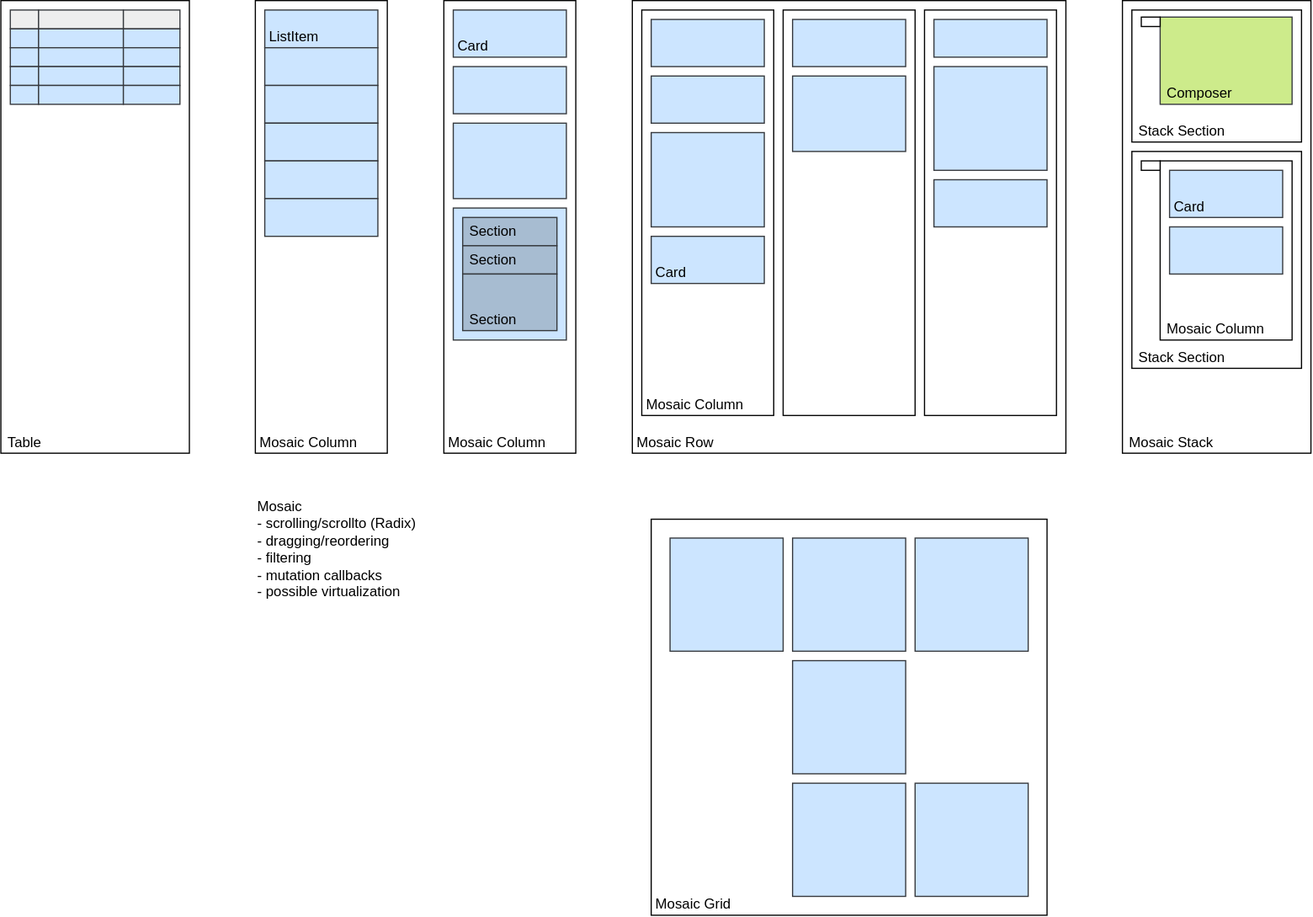
This is packages/experimental/mosaic/docs/ux/cards.drawio.svg from dxos/dxos, a draw.io export, as it was before one commit. Source tidied: cells renumbered, new cells last; positions are measured from the earlier drawing's top-left corner, leaving out a move shared by most shapes.
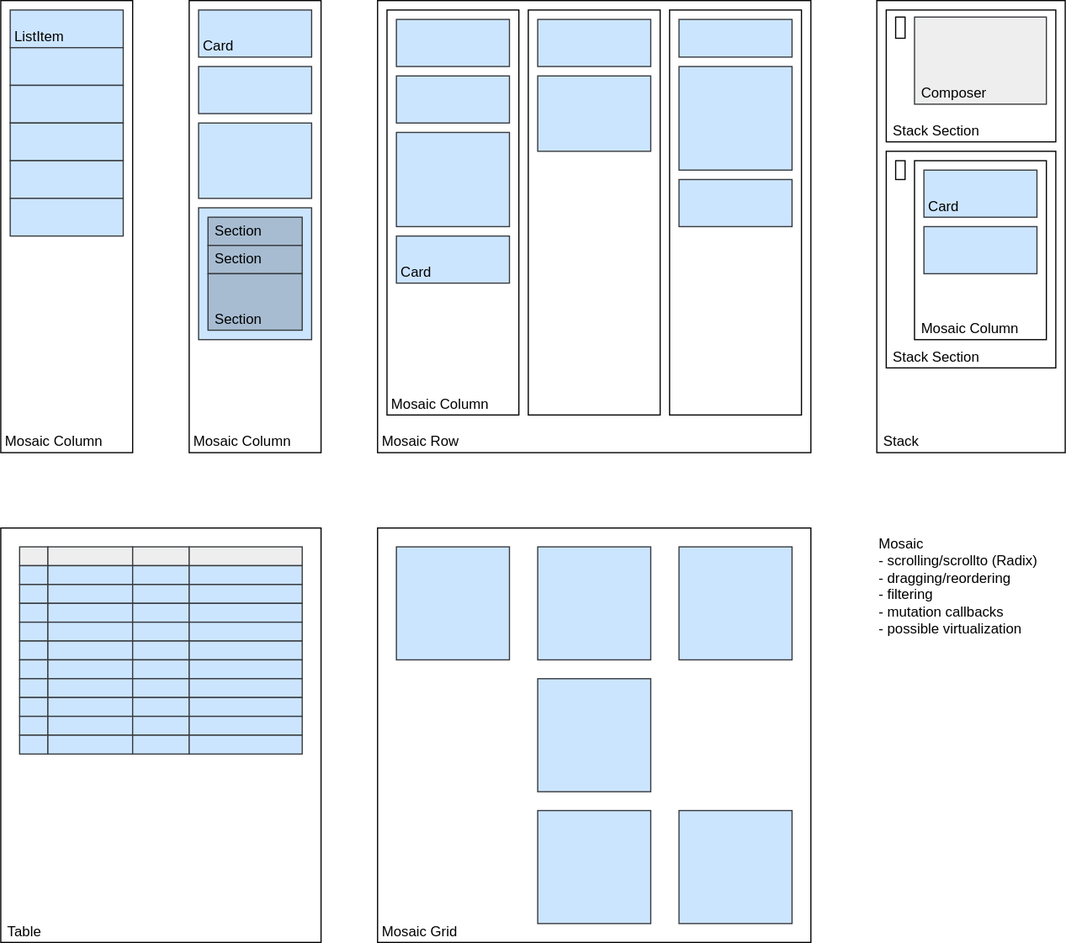
The same diagram one commit later.

Change to the diagram source:
```diff
@@ -68,32 +68,32 @@
     <mxCell id="23" value="Section" style="rounded=0;whiteSpace=wrap;html=1;spacing=2;spacingLeft=4;spacingRight=2;align=left;verticalAlign=bottom;fillColor=#A7BCD1;strokeColor=#36393d;" parent="1" vertex="1">
       <mxGeometry x="392" y="232" width="80" height="48" as="geometry" />
     </mxCell>
-    <mxCell id="24" value="Mosaic Stack" style="rounded=0;whiteSpace=wrap;html=1;align=left;verticalAlign=bottom;spacing=2;spacingLeft=4;spacingRight=2;" parent="1" vertex="1">
-      <mxGeometry x="952" width="160" height="384" as="geometry" />
+    <mxCell id="24" value="Stack" style="rounded=0;whiteSpace=wrap;html=1;align=left;verticalAlign=bottom;spacing=2;spacingLeft=4;spacingRight=2;" parent="1" vertex="1">
+      <mxGeometry x="960" width="160" height="384" as="geometry" />
     </mxCell>
     <mxCell id="25" value="Stack Section" style="rounded=0;whiteSpace=wrap;html=1;spacing=2;spacingLeft=4;spacingRight=2;align=left;verticalAlign=bottom;" parent="1" vertex="1">
-      <mxGeometry x="960" y="8" width="144" height="112" as="geometry" />
+      <mxGeometry x="968" y="8" width="144" height="112" as="geometry" />
     </mxCell>
     <mxCell id="26" value="Stack Section" style="rounded=0;whiteSpace=wrap;html=1;spacing=2;spacingLeft=4;spacingRight=2;align=left;verticalAlign=bottom;" parent="1" vertex="1">
-      <mxGeometry x="960" y="128" width="144" height="184" as="geometry" />
+      <mxGeometry x="968" y="128" width="144" height="184" as="geometry" />
     </mxCell>
     <mxCell id="27" value="Mosaic Column" style="rounded=0;whiteSpace=wrap;html=1;spacing=2;spacingLeft=4;spacingRight=2;align=left;verticalAlign=bottom;" parent="1" vertex="1">
-      <mxGeometry x="984" y="136" width="112" height="152" as="geometry" />
+      <mxGeometry x="992" y="136" width="112" height="152" as="geometry" />
     </mxCell>
     <mxCell id="28" style="rounded=0;whiteSpace=wrap;html=1;" parent="1" vertex="1">
-      <mxGeometry x="968" y="136" width="16" height="8" as="geometry" />
+      <mxGeometry x="976" y="136" width="8" height="16" as="geometry" />
     </mxCell>
-    <mxCell id="29" value="Composer" style="rounded=0;whiteSpace=wrap;html=1;spacing=2;spacingLeft=4;spacingRight=2;align=left;verticalAlign=bottom;fillColor=#cdeb8b;strokeColor=#36393d;" parent="1" vertex="1">
-      <mxGeometry x="984" y="14" width="112" height="74" as="geometry" />
+    <mxCell id="29" value="Composer" style="rounded=0;whiteSpace=wrap;html=1;spacing=2;spacingLeft=4;spacingRight=2;align=left;verticalAlign=bottom;fillColor=#eeeeee;strokeColor=#36393d;" parent="1" vertex="1">
+      <mxGeometry x="992" y="14" width="112" height="74" as="geometry" />
     </mxCell>
     <mxCell id="30" style="rounded=0;whiteSpace=wrap;html=1;" parent="1" vertex="1">
-      <mxGeometry x="968" y="14" width="16" height="8" as="geometry" />
+      <mxGeometry x="976" y="14" width="8" height="18" as="geometry" />
     </mxCell>
     <mxCell id="31" style="rounded=0;whiteSpace=wrap;html=1;align=left;verticalAlign=bottom;spacing=2;spacingLeft=2;spacingRight=2;fillColor=#cce5ff;strokeColor=#36393d;" parent="1" vertex="1">
-      <mxGeometry x="992" y="192" width="96" height="40" as="geometry" />
+      <mxGeometry x="1000" y="192" width="96" height="40" as="geometry" />
     </mxCell>
     <mxCell id="32" value="Card" style="rounded=0;whiteSpace=wrap;html=1;align=left;verticalAlign=bottom;spacing=2;spacingLeft=2;spacingRight=2;fillColor=#cce5ff;strokeColor=#36393d;" parent="1" vertex="1">
-      <mxGeometry x="992" y="144" width="96" height="40" as="geometry" />
+      <mxGeometry x="1000" y="144" width="96" height="40" as="geometry" />
     </mxCell>
     <mxCell id="33" value="ListItem" style="rounded=0;whiteSpace=wrap;html=1;align=left;verticalAlign=bottom;spacing=2;spacingLeft=2;spacingRight=2;fillColor=#cce5ff;strokeColor=#36393d;" parent="1" vertex="1">
       <mxGeometry x="224" y="8" width="96" height="32" as="geometry" />
@@ -114,76 +114,163 @@
       <mxGeometry x="224" y="168" width="96" height="32" as="geometry" />
     </mxCell>
     <mxCell id="39" value="Mosaic&lt;br&gt;- scrolling/scrollto (Radix)&lt;br&gt;- dragging/reordering&lt;br&gt;- filtering&lt;br&gt;- mutation callbacks&lt;br&gt;- possible virtualization" style="rounded=0;whiteSpace=wrap;html=1;fillColor=none;strokeColor=none;align=left;verticalAlign=top;" parent="1" vertex="1">
-      <mxGeometry x="216" y="416" width="328" height="128" as="geometry" />
+      <mxGeometry x="960" y="448" width="160" height="352" as="geometry" />
     </mxCell>
     <mxCell id="40" value="Table" style="rounded=0;whiteSpace=wrap;html=1;align=left;verticalAlign=bottom;spacing=2;spacingLeft=4;spacingRight=2;" parent="1" vertex="1">
-      <mxGeometry width="160" height="384" as="geometry" />
+      <mxGeometry x="216" y="448" width="272" height="352" as="geometry" />
     </mxCell>
     <mxCell id="41" style="rounded=0;whiteSpace=wrap;html=1;align=left;verticalAlign=bottom;spacing=2;spacingLeft=2;spacingRight=2;fillColor=#eeeeee;strokeColor=#36393d;" parent="1" vertex="1">
-      <mxGeometry x="8" y="8" width="24" height="16" as="geometry" />
+      <mxGeometry x="232" y="464" width="24" height="16" as="geometry" />
     </mxCell>
     <mxCell id="42" style="rounded=0;whiteSpace=wrap;html=1;align=left;verticalAlign=bottom;spacing=2;spacingLeft=2;spacingRight=2;fillColor=#eeeeee;strokeColor=#36393d;" parent="1" vertex="1">
-      <mxGeometry x="32" y="8" width="72" height="16" as="geometry" />
+      <mxGeometry x="256" y="464" width="72" height="16" as="geometry" />
     </mxCell>
     <mxCell id="43" style="rounded=0;whiteSpace=wrap;html=1;align=left;verticalAlign=bottom;spacing=2;spacingLeft=2;spacingRight=2;fillColor=#eeeeee;strokeColor=#36393d;" parent="1" vertex="1">
-      <mxGeometry x="104" y="8" width="48" height="16" as="geometry" />
+      <mxGeometry x="328" y="464" width="48" height="16" as="geometry" />
     </mxCell>
     <mxCell id="44" style="rounded=0;whiteSpace=wrap;html=1;align=left;verticalAlign=bottom;spacing=2;spacingLeft=2;spacingRight=2;fillColor=#cce5ff;strokeColor=#36393d;" parent="1" vertex="1">
-      <mxGeometry x="8" y="24" width="24" height="16" as="geometry" />
+      <mxGeometry x="232" y="480" width="24" height="16" as="geometry" />
     </mxCell>
     <mxCell id="45" style="rounded=0;whiteSpace=wrap;html=1;align=left;verticalAlign=bottom;spacing=2;spacingLeft=2;spacingRight=2;fillColor=#cce5ff;strokeColor=#36393d;" parent="1" vertex="1">
-      <mxGeometry x="32" y="24" width="72" height="16" as="geometry" />
+      <mxGeometry x="256" y="480" width="72" height="16" as="geometry" />
     </mxCell>
     <mxCell id="46" style="rounded=0;whiteSpace=wrap;html=1;align=left;verticalAlign=bottom;spacing=2;spacingLeft=2;spacingRight=2;fillColor=#cce5ff;strokeColor=#36393d;" parent="1" vertex="1">
-      <mxGeometry x="104" y="24" width="48" height="16" as="geometry" />
+      <mxGeometry x="328" y="480" width="48" height="16" as="geometry" />
     </mxCell>
     <mxCell id="47" style="rounded=0;whiteSpace=wrap;html=1;align=left;verticalAlign=bottom;spacing=2;spacingLeft=2;spacingRight=2;fillColor=#cce5ff;strokeColor=#36393d;" parent="1" vertex="1">
-      <mxGeometry x="8" y="40" width="24" height="16" as="geometry" />
+      <mxGeometry x="232" y="496" width="24" height="16" as="geometry" />
     </mxCell>
     <mxCell id="48" style="rounded=0;whiteSpace=wrap;html=1;align=left;verticalAlign=bottom;spacing=2;spacingLeft=2;spacingRight=2;fillColor=#cce5ff;strokeColor=#36393d;" parent="1" vertex="1">
-      <mxGeometry x="32" y="40" width="72" height="16" as="geometry" />
+      <mxGeometry x="256" y="496" width="72" height="16" as="geometry" />
     </mxCell>
     <mxCell id="49" style="rounded=0;whiteSpace=wrap;html=1;align=left;verticalAlign=bottom;spacing=2;spacingLeft=2;spacingRight=2;fillColor=#cce5ff;strokeColor=#36393d;" parent="1" vertex="1">
-      <mxGeometry x="104" y="40" width="48" height="16" as="geometry" />
+      <mxGeometry x="328" y="496" width="48" height="16" as="geometry" />
     </mxCell>
     <mxCell id="50" style="rounded=0;whiteSpace=wrap;html=1;align=left;verticalAlign=bottom;spacing=2;spacingLeft=2;spacingRight=2;fillColor=#cce5ff;strokeColor=#36393d;" parent="1" vertex="1">
-      <mxGeometry x="8" y="56" width="24" height="16" as="geometry" />
+      <mxGeometry x="232" y="512" width="24" height="16" as="geometry" />
     </mxCell>
     <mxCell id="51" style="rounded=0;whiteSpace=wrap;html=1;align=left;verticalAlign=bottom;spacing=2;spacingLeft=2;spacingRight=2;fillColor=#cce5ff;strokeColor=#36393d;" parent="1" vertex="1">
-      <mxGeometry x="32" y="56" width="72" height="16" as="geometry" />
+      <mxGeometry x="256" y="512" width="72" height="16" as="geometry" />
     </mxCell>
     <mxCell id="52" style="rounded=0;whiteSpace=wrap;html=1;align=left;verticalAlign=bottom;spacing=2;spacingLeft=2;spacingRight=2;fillColor=#cce5ff;strokeColor=#36393d;" parent="1" vertex="1">
-      <mxGeometry x="104" y="56" width="48" height="16" as="geometry" />
+      <mxGeometry x="328" y="512" width="48" height="16" as="geometry" />
     </mxCell>
     <mxCell id="53" style="rounded=0;whiteSpace=wrap;html=1;align=left;verticalAlign=bottom;spacing=2;spacingLeft=2;spacingRight=2;fillColor=#cce5ff;strokeColor=#36393d;" parent="1" vertex="1">
-      <mxGeometry x="8" y="72" width="24" height="16" as="geometry" />
+      <mxGeometry x="232" y="528" width="24" height="16" as="geometry" />
     </mxCell>
     <mxCell id="54" style="rounded=0;whiteSpace=wrap;html=1;align=left;verticalAlign=bottom;spacing=2;spacingLeft=2;spacingRight=2;fillColor=#cce5ff;strokeColor=#36393d;" parent="1" vertex="1">
-      <mxGeometry x="32" y="72" width="72" height="16" as="geometry" />
+      <mxGeometry x="256" y="528" width="72" height="16" as="geometry" />
     </mxCell>
     <mxCell id="55" style="rounded=0;whiteSpace=wrap;html=1;align=left;verticalAlign=bottom;spacing=2;spacingLeft=2;spacingRight=2;fillColor=#cce5ff;strokeColor=#36393d;" parent="1" vertex="1">
-      <mxGeometry x="104" y="72" width="48" height="16" as="geometry" />
+      <mxGeometry x="328" y="528" width="48" height="16" as="geometry" />
     </mxCell>
     <mxCell id="56" value="Mosaic Grid" style="rounded=0;whiteSpace=wrap;html=1;align=left;verticalAlign=bottom;spacing=2;spacingLeft=2;spacingRight=2;" parent="1" vertex="1">
-      <mxGeometry x="552" y="440" width="336" height="336" as="geometry" />
+      <mxGeometry x="536" y="448" width="368" height="352" as="geometry" />
     </mxCell>
     <mxCell id="57" style="rounded=0;whiteSpace=wrap;html=1;spacing=2;spacingLeft=2;spacingRight=2;fillColor=#cce5ff;strokeColor=#36393d;" parent="1" vertex="1">
-      <mxGeometry x="568" y="456" width="96" height="96" as="geometry" />
+      <mxGeometry x="552" y="464" width="96" height="96" as="geometry" />
     </mxCell>
     <mxCell id="58" style="rounded=0;whiteSpace=wrap;html=1;spacing=2;spacingLeft=2;spacingRight=2;fillColor=#cce5ff;strokeColor=#36393d;" parent="1" vertex="1">
-      <mxGeometry x="672" y="456" width="96" height="96" as="geometry" />
+      <mxGeometry x="672" y="464" width="96" height="96" as="geometry" />
     </mxCell>
     <mxCell id="59" style="rounded=0;whiteSpace=wrap;html=1;spacing=2;spacingLeft=2;spacingRight=2;fillColor=#cce5ff;strokeColor=#36393d;" parent="1" vertex="1">
-      <mxGeometry x="776" y="456" width="96" height="96" as="geometry" />
+      <mxGeometry x="792" y="464" width="96" height="96" as="geometry" />
     </mxCell>
     <mxCell id="60" style="rounded=0;whiteSpace=wrap;html=1;spacing=2;spacingLeft=2;spacingRight=2;fillColor=#cce5ff;strokeColor=#36393d;" parent="1" vertex="1">
-      <mxGeometry x="672" y="560" width="96" height="96" as="geometry" />
+      <mxGeometry x="672" y="576" width="96" height="96" as="geometry" />
     </mxCell>
     <mxCell id="61" style="rounded=0;whiteSpace=wrap;html=1;spacing=2;spacingLeft=2;spacingRight=2;fillColor=#cce5ff;strokeColor=#36393d;" parent="1" vertex="1">
-      <mxGeometry x="672" y="664" width="96" height="96" as="geometry" />
+      <mxGeometry x="672" y="688" width="96" height="96" as="geometry" />
     </mxCell>
     <mxCell id="62" style="rounded=0;whiteSpace=wrap;html=1;spacing=2;spacingLeft=2;spacingRight=2;fillColor=#cce5ff;strokeColor=#36393d;" parent="1" vertex="1">
-      <mxGeometry x="776" y="664" width="96" height="96" as="geometry" />
+      <mxGeometry x="792" y="688" width="96" height="96" as="geometry" />
     </mxCell>
+    <mxCell id="63" style="rounded=0;whiteSpace=wrap;html=1;align=left;verticalAlign=bottom;spacing=2;spacingLeft=2;spacingRight=2;fillColor=#eeeeee;strokeColor=#36393d;" parent="1" vertex="1">
+      <mxGeometry x="376" y="464" width="96" height="16" as="geometry" />
+    </mxCell>
+    <mxCell id="64" style="rounded=0;whiteSpace=wrap;html=1;align=left;verticalAlign=bottom;spacing=2;spacingLeft=2;spacingRight=2;fillColor=#cce5ff;strokeColor=#36393d;" parent="1" vertex="1">
+      <mxGeometry x="376" y="480" width="96" height="16" as="geometry" />
+    </mxCell>
+    <mxCell id="65" style="rounded=0;whiteSpace=wrap;html=1;align=left;verticalAlign=bottom;spacing=2;spacingLeft=2;spacingRight=2;fillColor=#cce5ff;strokeColor=#36393d;" parent="1" vertex="1">
+      <mxGeometry x="376" y="496" width="96" height="16" as="geometry" />
+    </mxCell>
+    <mxCell id="66" style="rounded=0;whiteSpace=wrap;html=1;align=left;verticalAlign=bottom;spacing=2;spacingLeft=2;spacingRight=2;fillColor=#cce5ff;strokeColor=#36393d;" parent="1" vertex="1">
+      <mxGeometry x="376" y="512" width="96" height="16" as="geometry" />
+    </mxCell>
+    <mxCell id="67" style="rounded=0;whiteSpace=wrap;html=1;align=left;verticalAlign=bottom;spacing=2;spacingLeft=2;spacingRight=2;fillColor=#cce5ff;strokeColor=#36393d;" parent="1" vertex="1">
+      <mxGeometry x="376" y="528" width="96" height="16" as="geometry" />
+    </mxCell>
+    <mxCell id="68" style="rounded=0;whiteSpace=wrap;html=1;align=left;verticalAlign=bottom;spacing=2;spacingLeft=2;spacingRight=2;fillColor=#cce5ff;strokeColor=#36393d;" parent="1" vertex="1">
+      <mxGeometry x="232" y="544" width="24" height="16" as="geometry" />
+    </mxCell>
+    <mxCell id="69" style="rounded=0;whiteSpace=wrap;html=1;align=left;verticalAlign=bottom;spacing=2;spacingLeft=2;spacingRight=2;fillColor=#cce5ff;strokeColor=#36393d;" parent="1" vertex="1">
+      <mxGeometry x="256" y="544" width="72" height="16" as="geometry" />
+    </mxCell>
+    <mxCell id="70" style="rounded=0;whiteSpace=wrap;html=1;align=left;verticalAlign=bottom;spacing=2;spacingLeft=2;spacingRight=2;fillColor=#cce5ff;strokeColor=#36393d;" parent="1" vertex="1">
+      <mxGeometry x="328" y="544" width="48" height="16" as="geometry" />
+    </mxCell>
+    <mxCell id="71" style="rounded=0;whiteSpace=wrap;html=1;align=left;verticalAlign=bottom;spacing=2;spacingLeft=2;spacingRight=2;fillColor=#cce5ff;strokeColor=#36393d;" parent="1" vertex="1">
+      <mxGeometry x="232" y="560" width="24" height="16" as="geometry" />
+    </mxCell>
+    <mxCell id="72" style="rounded=0;whiteSpace=wrap;html=1;align=left;verticalAlign=bottom;spacing=2;spacingLeft=2;spacingRight=2;fillColor=#cce5ff;strokeColor=#36393d;" parent="1" vertex="1">
+      <mxGeometry x="256" y="560" width="72" height="16" as="geometry" />
+    </mxCell>
+    <mxCell id="73" style="rounded=0;whiteSpace=wrap;html=1;align=left;verticalAlign=bottom;spacing=2;spacingLeft=2;spacingRight=2;fillColor=#cce5ff;strokeColor=#36393d;" parent="1" vertex="1">
+      <mxGeometry x="328" y="560" width="48" height="16" as="geometry" />
+    </mxCell>
+    <mxCell id="74" style="rounded=0;whiteSpace=wrap;html=1;align=left;verticalAlign=bottom;spacing=2;spacingLeft=2;spacingRight=2;fillColor=#cce5ff;strokeColor=#36393d;" parent="1" vertex="1">
+      <mxGeometry x="232" y="576" width="24" height="16" as="geometry" />
+    </mxCell>
+    <mxCell id="75" style="rounded=0;whiteSpace=wrap;html=1;align=left;verticalAlign=bottom;spacing=2;spacingLeft=2;spacingRight=2;fillColor=#cce5ff;strokeColor=#36393d;" parent="1" vertex="1">
+      <mxGeometry x="256" y="576" width="72" height="16" as="geometry" />
+    </mxCell>
+    <mxCell id="76" style="rounded=0;whiteSpace=wrap;html=1;align=left;verticalAlign=bottom;spacing=2;spacingLeft=2;spacingRight=2;fillColor=#cce5ff;strokeColor=#36393d;" parent="1" vertex="1">
+      <mxGeometry x="328" y="576" width="48" height="16" as="geometry" />
+    </mxCell>
+    <mxCell id="77" style="rounded=0;whiteSpace=wrap;html=1;align=left;verticalAlign=bottom;spacing=2;spacingLeft=2;spacingRight=2;fillColor=#cce5ff;strokeColor=#36393d;" parent="1" vertex="1">
+      <mxGeometry x="376" y="544" width="96" height="16" as="geometry" />
+    </mxCell>
+    <mxCell id="78" style="rounded=0;whiteSpace=wrap;html=1;align=left;verticalAlign=bottom;spacing=2;spacingLeft=2;spacingRight=2;fillColor=#cce5ff;strokeColor=#36393d;" parent="1" vertex="1">
+      <mxGeometry x="376" y="560" width="96" height="16" as="geometry" />
+    </mxCell>
+    <mxCell id="79" style="rounded=0;whiteSpace=wrap;html=1;align=left;verticalAlign=bottom;spacing=2;spacingLeft=2;spacingRight=2;fillColor=#cce5ff;strokeColor=#36393d;" parent="1" vertex="1">
+      <mxGeometry x="376" y="576" width="96" height="16" as="geometry" />
+    </mxCell>
+    <mxCell id="80" style="rounded=0;whiteSpace=wrap;html=1;align=left;verticalAlign=bottom;spacing=2;spacingLeft=2;spacingRight=2;fillColor=#cce5ff;strokeColor=#36393d;" parent="1" vertex="1">
+      <mxGeometry x="232" y="592" width="24" height="16" as="geometry" />
+    </mxCell>
+    <mxCell id="81" style="rounded=0;whiteSpace=wrap;html=1;align=left;verticalAlign=bottom;spacing=2;spacingLeft=2;spacingRight=2;fillColor=#cce5ff;strokeColor=#36393d;" parent="1" vertex="1">
+      <mxGeometry x="256" y="592" width="72" height="16" as="geometry" />
+    </mxCell>
+    <mxCell id="82" style="rounded=0;whiteSpace=wrap;html=1;align=left;verticalAlign=bottom;spacing=2;spacingLeft=2;spacingRight=2;fillColor=#cce5ff;strokeColor=#36393d;" parent="1" vertex="1">
+      <mxGeometry x="328" y="592" width="48" height="16" as="geometry" />
+    </mxCell>
+    <mxCell id="83" style="rounded=0;whiteSpace=wrap;html=1;align=left;verticalAlign=bottom;spacing=2;spacingLeft=2;spacingRight=2;fillColor=#cce5ff;strokeColor=#36393d;" parent="1" vertex="1">
+      <mxGeometry x="232" y="608" width="24" height="16" as="geometry" />
+    </mxCell>
+    <mxCell id="84" style="rounded=0;whiteSpace=wrap;html=1;align=left;verticalAlign=bottom;spacing=2;spacingLeft=2;spacingRight=2;fillColor=#cce5ff;strokeColor=#36393d;" parent="1" vertex="1">
+      <mxGeometry x="256" y="608" width="72" height="16" as="geometry" />
+    </mxCell>
+    <mxCell id="85" style="rounded=0;whiteSpace=wrap;html=1;align=left;verticalAlign=bottom;spacing=2;spacingLeft=2;spacingRight=2;fillColor=#cce5ff;strokeColor=#36393d;" parent="1" vertex="1">
+      <mxGeometry x="328" y="608" width="48" height="16" as="geometry" />
+    </mxCell>
+    <mxCell id="86" style="rounded=0;whiteSpace=wrap;html=1;align=left;verticalAlign=bottom;spacing=2;spacingLeft=2;spacingRight=2;fillColor=#cce5ff;strokeColor=#36393d;" parent="1" vertex="1">
+      <mxGeometry x="232" y="624" width="24" height="16" as="geometry" />
+    </mxCell>
+    <mxCell id="87" style="rounded=0;whiteSpace=wrap;html=1;align=left;verticalAlign=bottom;spacing=2;spacingLeft=2;spacingRight=2;fillColor=#cce5ff;strokeColor=#36393d;" parent="1" vertex="1">
+      <mxGeometry x="256" y="624" width="72" height="16" as="geometry" />
+    </mxCell>
+    <mxCell id="88" style="rounded=0;whiteSpace=wrap;html=1;align=left;verticalAlign=bottom;spacing=2;spacingLeft=2;spacingRight=2;fillColor=#cce5ff;strokeColor=#36393d;" parent="1" vertex="1">
+      <mxGeometry x="328" y="624" width="48" height="16" as="geometry" />
+    </mxCell>
+    <mxCell id="89" style="rounded=0;whiteSpace=wrap;html=1;align=left;verticalAlign=bottom;spacing=2;spacingLeft=2;spacingRight=2;fillColor=#cce5ff;strokeColor=#36393d;" parent="1" vertex="1">
+      <mxGeometry x="376" y="592" width="96" height="16" as="geometry" />
+    </mxCell>
+    <mxCell id="90" style="rounded=0;whiteSpace=wrap;html=1;align=left;verticalAlign=bottom;spacing=2;spacingLeft=2;spacingRight=2;fillColor=#cce5ff;strokeColor=#36393d;" parent="1" vertex="1">
+      <mxGeometry x="376" y="608" width="96" height="16" as="geometry" />
+    </mxCell>
+    <mxCell id="91" style="rounded=0;whiteSpace=wrap;html=1;align=left;verticalAlign=bottom;spacing=2;spacingLeft=2;spacingRight=2;fillColor=#cce5ff;strokeColor=#36393d;" parent="1" vertex="1">
+      <mxGeometry x="376" y="624" width="96" height="16" as="geometry" />
+    </mxCell>
   </root>
 </mxGraphModel>
```
